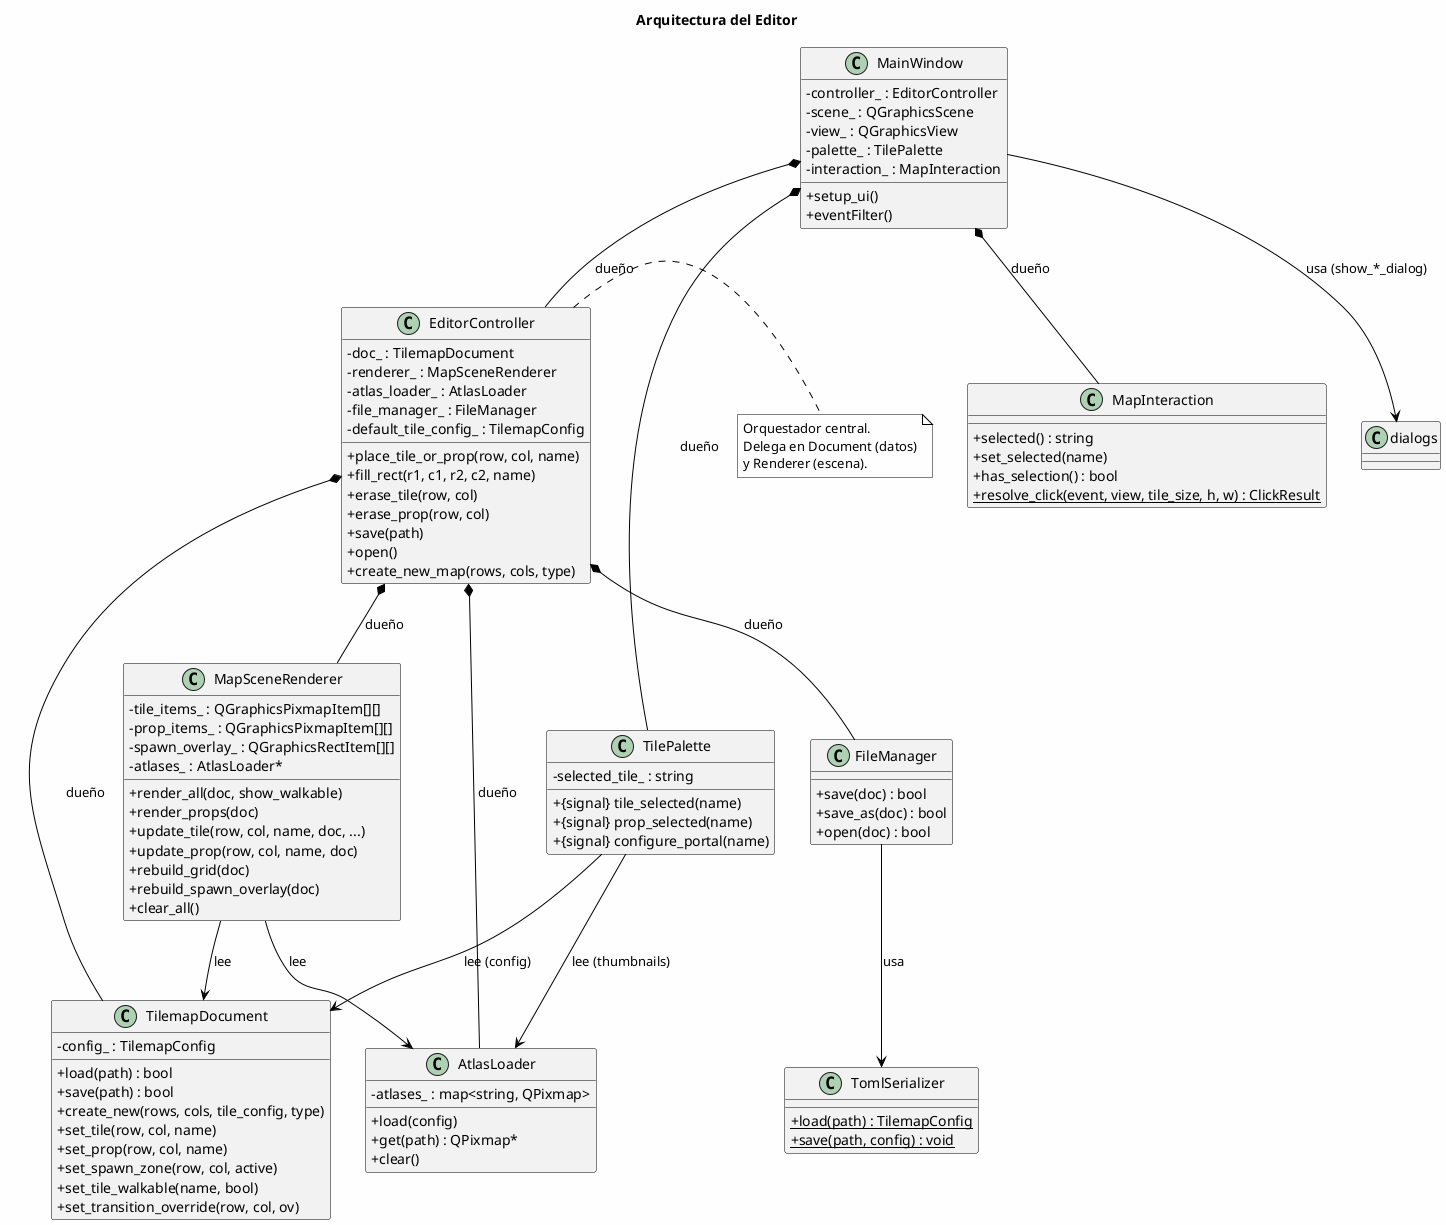
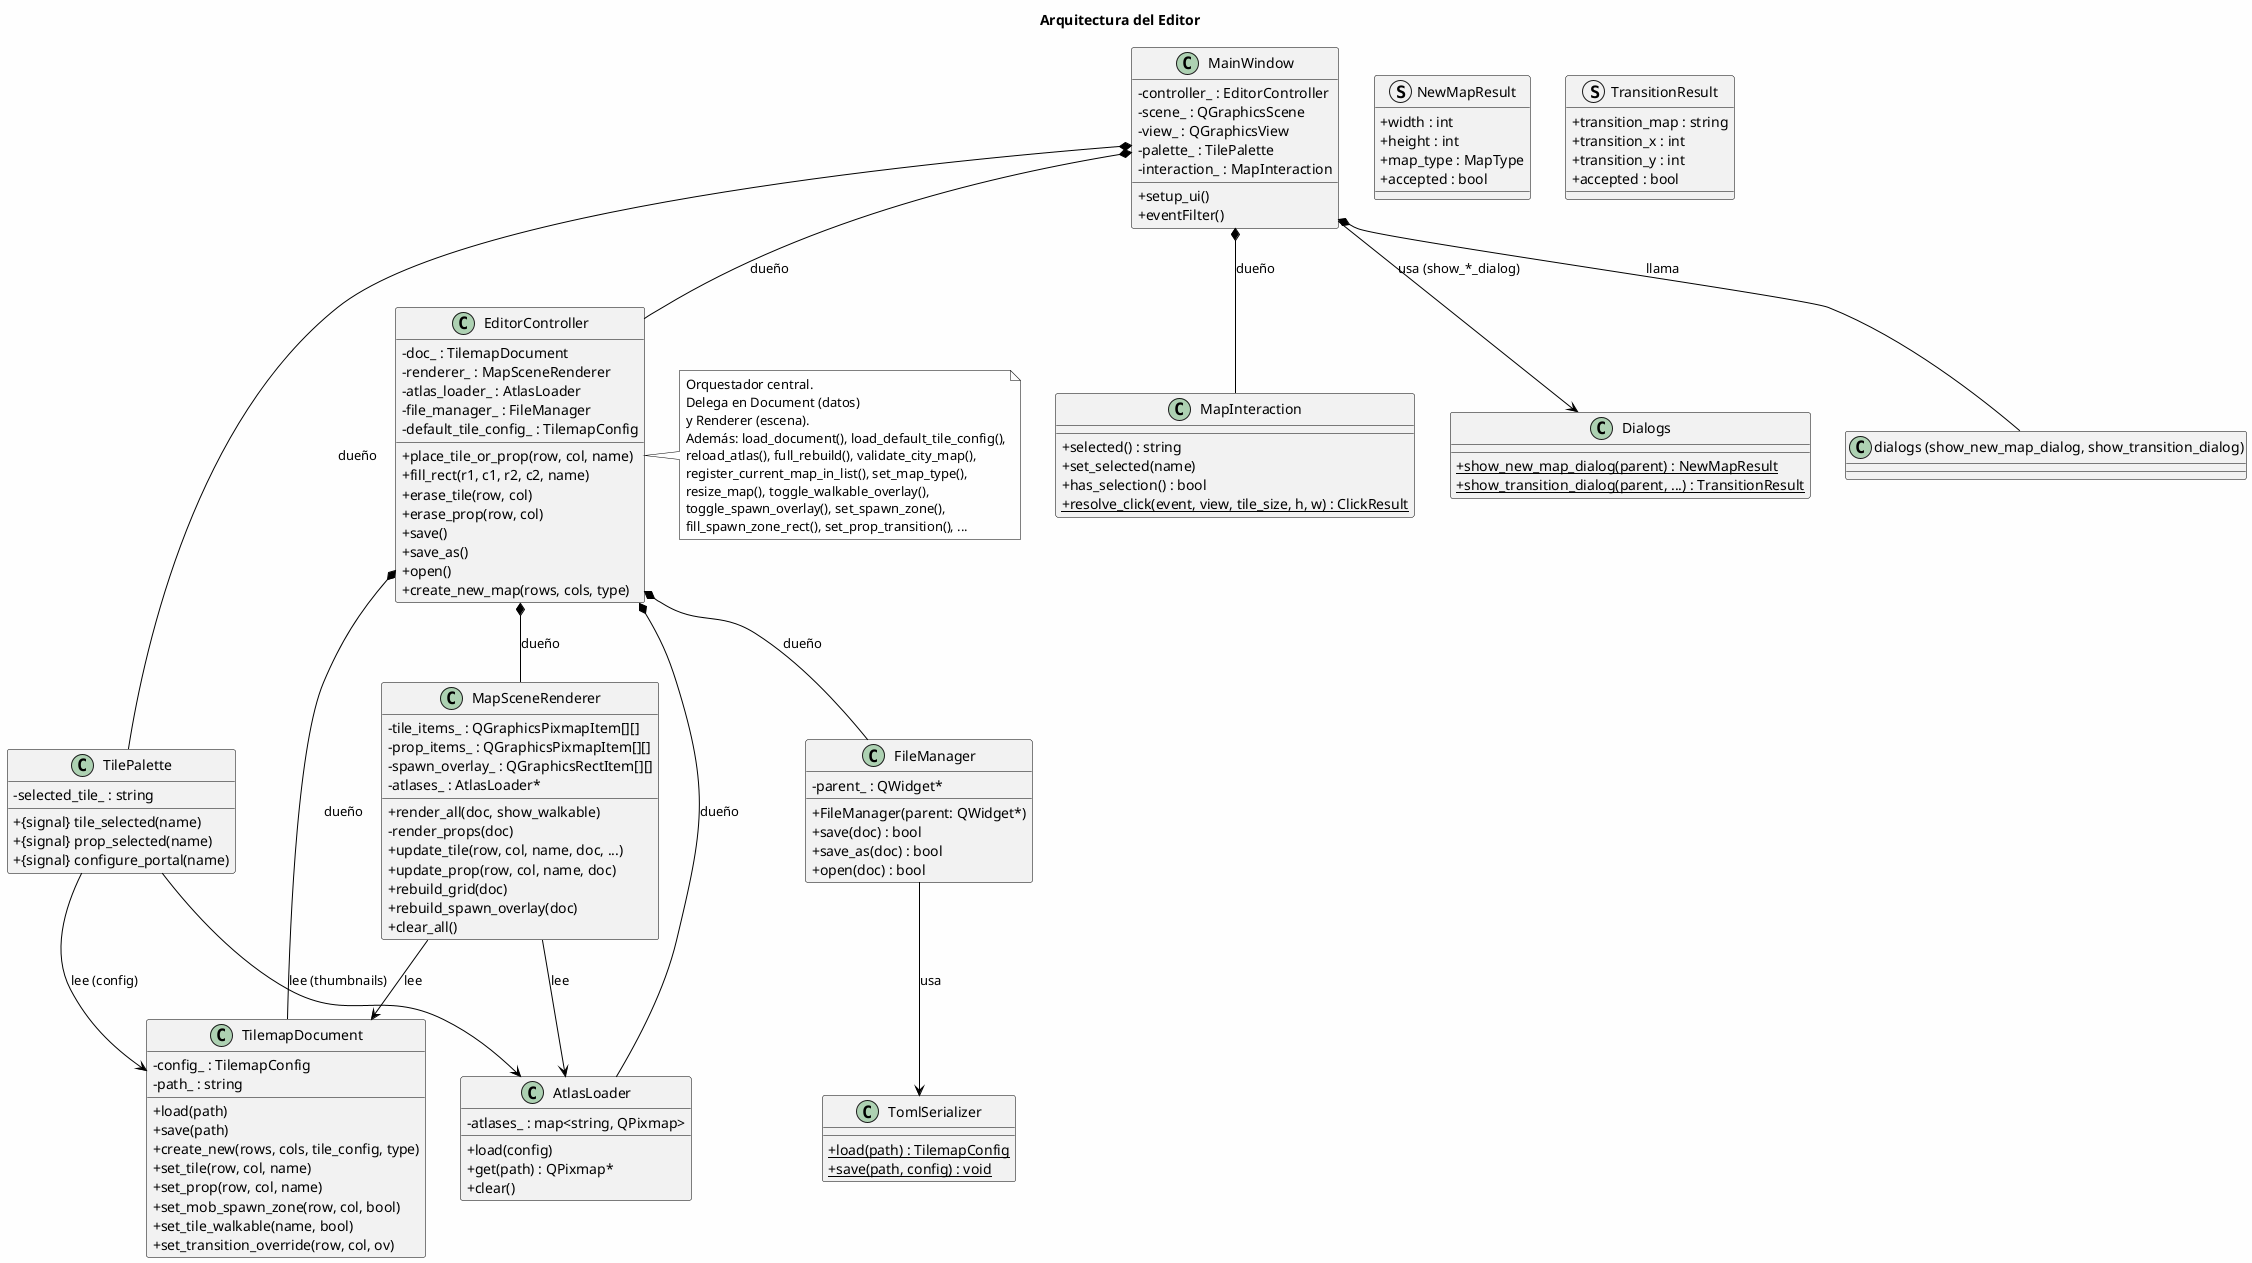
@startuml
skinparam classAttributeIconSize 0
skinparam backgroundColor #FEFEFE
skinparam ArrowColor #000000
skinparam ClassBackgroundColor #F2F2F2
skinparam ClassHeaderBackgroundColor #F2F2F2
skinparam ClassBorderColor #000000
skinparam ClassFontColor #000000
skinparam ClassAttributeFontColor #000000
skinparam NoteBackgroundColor #FEFEFE
skinparam NoteBorderColor #000000
skinparam NoteFontColor #000000
title Arquitectura del Editor

class MainWindow {
  + setup_ui()
  + eventFilter()
  - controller_ : EditorController
  - scene_ : QGraphicsScene
  - view_ : QGraphicsView
  - palette_ : TilePalette
  - interaction_ : MapInteraction
}

class EditorController {
  + place_tile_or_prop(row, col, name)
  + fill_rect(r1, c1, r2, c2, name)
  + erase_tile(row, col)
  + erase_prop(row, col)
-   + save(path)
+   + save()
+   + save_as()
  + open()
  + create_new_map(rows, cols, type)
  - doc_ : TilemapDocument
  - renderer_ : MapSceneRenderer
  - atlas_loader_ : AtlasLoader
  - file_manager_ : FileManager
  - default_tile_config_ : TilemapConfig
}
note right of EditorController
  Orquestador central.
  Delega en Document (datos)
  y Renderer (escena).
+   Además: load_document(), load_default_tile_config(),
+   reload_atlas(), full_rebuild(), validate_city_map(),
+   register_current_map_in_list(), set_map_type(),
+   resize_map(), toggle_walkable_overlay(),
+   toggle_spawn_overlay(), set_spawn_zone(),
+   fill_spawn_zone_rect(), set_prop_transition(), ...
end note

class TilemapDocument {
-   + load(path) : bool
-   + save(path) : bool
+   + load(path)
+   + save(path)
  + create_new(rows, cols, tile_config, type)
  + set_tile(row, col, name)
  + set_prop(row, col, name)
-   + set_spawn_zone(row, col, active)
+   + set_mob_spawn_zone(row, col, bool)
  + set_tile_walkable(name, bool)
  + set_transition_override(row, col, ov)
  - config_ : TilemapConfig
+   - path_ : string
}

class MapSceneRenderer {
  + render_all(doc, show_walkable)
-   + render_props(doc)
+   - render_props(doc)
  + update_tile(row, col, name, doc, ...)
  + update_prop(row, col, name, doc)
  + rebuild_grid(doc)
  + rebuild_spawn_overlay(doc)
  + clear_all()
  - tile_items_ : QGraphicsPixmapItem[][]
  - prop_items_ : QGraphicsPixmapItem[][]
  - spawn_overlay_ : QGraphicsRectItem[][]
  - atlases_ : AtlasLoader*
}

class AtlasLoader {
  + load(config)
  + get(path) : QPixmap*
  + clear()
  - atlases_ : map<string, QPixmap>
}

class TilePalette {
  + {signal} tile_selected(name)
  + {signal} prop_selected(name)
  + {signal} configure_portal(name)
  - selected_tile_ : string
}

class FileManager {
+   + FileManager(parent: QWidget*)
  + save(doc) : bool
  + save_as(doc) : bool
  + open(doc) : bool
+   - parent_ : QWidget*
}

class TomlSerializer {
  {static} + load(path) : TilemapConfig
  {static} + save(path, config) : void
}

class MapInteraction {
  + selected() : string
  + set_selected(name)
  + has_selection() : bool
  {static} + resolve_click(event, view, tile_size, h, w) : ClickResult
}

' ============================================================
' Relaciones
' ============================================================
MainWindow *-- EditorController : dueño
MainWindow *-- TilePalette : dueño
MainWindow *-- MapInteraction : dueño
- MainWindow --> "dialogs" : usa (show_*_dialog)
+ MainWindow --> Dialogs : usa (show_*_dialog)
+ MainWindow *-- "dialogs (show_new_map_dialog, show_transition_dialog)" : llama
+ 
+ class Dialogs {
+   {static} + show_new_map_dialog(parent) : NewMapResult
+   {static} + show_transition_dialog(parent, ...) : TransitionResult
+ }
+ struct NewMapResult {
+   + width : int
+   + height : int
+   + map_type : MapType
+   + accepted : bool
+ }
+ struct TransitionResult {
+   + transition_map : string
+   + transition_x : int
+   + transition_y : int
+   + accepted : bool
+ }

EditorController *-- TilemapDocument : dueño
EditorController *-- MapSceneRenderer : dueño
EditorController *-- AtlasLoader : dueño
EditorController *-- FileManager : dueño

MapSceneRenderer --> AtlasLoader : lee
MapSceneRenderer --> TilemapDocument : lee

FileManager --> TomlSerializer : usa
TilePalette --> AtlasLoader : lee (thumbnails)
TilePalette --> TilemapDocument : lee (config)

@enduml
